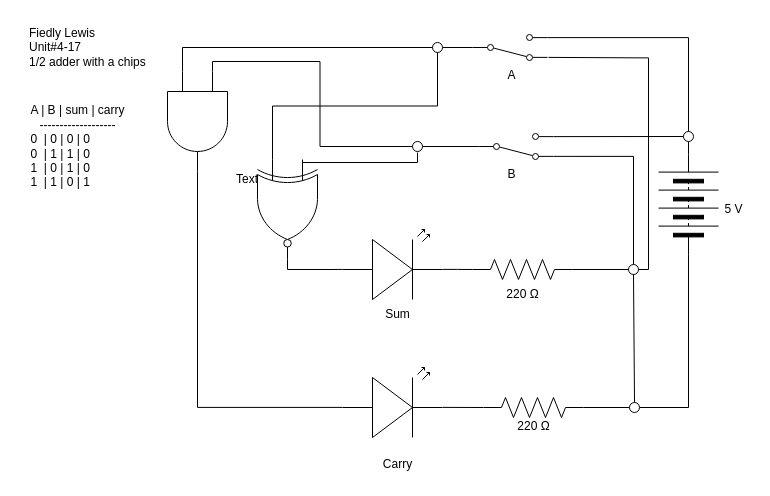
This is TEJ3M-Unit4/TEJ3M-Unit4-16.drawio from Emmanuel-Fofeyin/TEJ3M-Unit4, a draw.io file, before an edit. Source tidied: cells renumbered, new cells numbered last; positions are measured from the earlier drawing's top-left corner, leaving out a move shared by most shapes. Both pictures are drawn from the tidied source at 100%, with x=0, y=0 at pixel (17, 17).
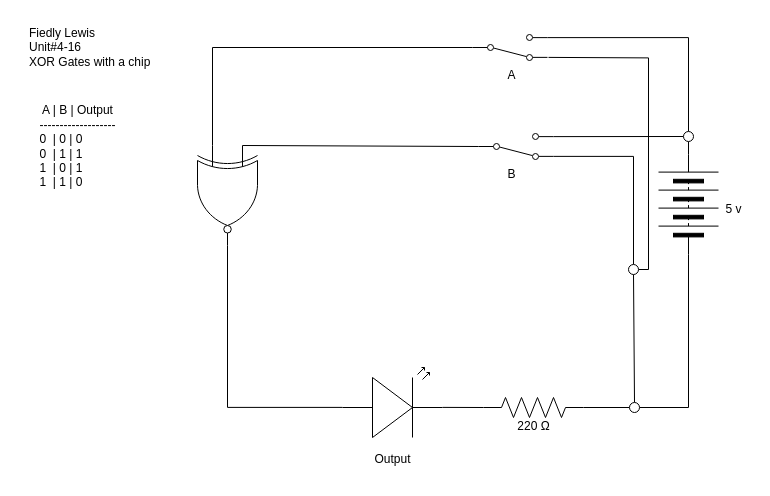
After the change.

Commit message (it also covers changes not shown here):
chances made

Unchanged cells that the change refers to:
```xml
<mxCell id="2" style="verticalLabelPosition=bottom;shadow=0;dashed=0;align=center;html=1;verticalAlign=top;shape=mxgraph.electrical.opto_electronics.led_2;" parent="1" vertex="1">
  <mxGeometry x="325" y="350" width="100" height="70" as="geometry" />
</mxCell>
<mxCell id="10" style="shape=mxgraph.electrical.electro-mechanical.twoWaySwitch;elSwitchState=2;flipV=1;" parent="1" vertex="1">
  <mxGeometry x="455" y="17" width="75" height="26" as="geometry" />
</mxCell>
<mxCell id="12" style="shape=mxgraph.electrical.electro-mechanical.twoWaySwitch;elSwitchState=2;flipV=1;" parent="1" vertex="1">
  <mxGeometry x="461" y="116" width="75" height="26" as="geometry" />
</mxCell>
<mxCell id="17" style="ellipse;whiteSpace=wrap;html=1;strokeColor=#000000;" parent="1" vertex="1">
  <mxGeometry x="611" y="247" width="10" height="10" as="geometry" />
</mxCell>
```

Change to the diagram source:
```diff
@@
-    <mxCell id="18" value="5 V" style="text;html=1;align=center;verticalAlign=middle;strokeColor=none;fillColor=none;" parent="1" vertex="1">
+    <mxCell id="18" value="5 v" style="text;html=1;align=center;verticalAlign=middle;strokeColor=none;fillColor=none;" parent="1" vertex="1">
       <mxGeometry x="696" y="177" width="40" height="30" as="geometry" />
     </mxCell>
+    <mxCell id="45" value="Output" style="text;html=1;align=center;verticalAlign=middle;strokeColor=none;fillColor=none;" parent="1" vertex="1">
+      <mxGeometry x="345" y="427" width="60" height="30" as="geometry" />
+    </mxCell>
@@
-    <mxCell id="23" value="Fiedly Lewis&lt;br&gt;Unit#4-17&lt;br&gt;1/2 adder with a chips" style="text;html=1;align=left;verticalAlign=middle;strokeColor=none;fillColor=none;" parent="1" vertex="1">
-      <mxGeometry x="10" width="140" height="60" as="geometry" />
+    <mxCell id="23" value="Fiedly Lewis&lt;br&gt;Unit#4-16&lt;br&gt;XOR Gates with a chip" style="text;html=1;align=left;verticalAlign=middle;strokeColor=none;fillColor=none;" parent="1" vertex="1">
+      <mxGeometry x="10" width="150" height="60" as="geometry" />
     </mxCell>
-    <mxCell id="24" value="A | B | sum | carry&lt;br&gt;-------------------&lt;br&gt;&lt;div style=&quot;text-align: left;&quot;&gt;0&amp;nbsp; | 0 | 0 | 0&lt;/div&gt;&lt;div style=&quot;text-align: left;&quot;&gt;0&amp;nbsp; | 1 | 1 | 0&lt;/div&gt;&lt;div style=&quot;text-align: left;&quot;&gt;1&amp;nbsp; | 0 | 1 | 0&lt;/div&gt;&lt;div style=&quot;text-align: left;&quot;&gt;1&amp;nbsp; | 1 | 0 | 1&lt;/div&gt;" style="text;html=1;align=center;verticalAlign=middle;strokeColor=none;fillColor=none;" parent="1" vertex="1">
-      <mxGeometry y="79" width="120" height="100" as="geometry" />
+    <mxCell id="24" value="A | B | Output&lt;br&gt;-------------------&lt;br&gt;&lt;div style=&quot;text-align: left;&quot;&gt;0&amp;nbsp; | 0 | 0&lt;/div&gt;&lt;div style=&quot;text-align: left;&quot;&gt;0&amp;nbsp; | 1 | 1&lt;/div&gt;&lt;div style=&quot;text-align: left;&quot;&gt;1&amp;nbsp; | 0 | 1&lt;/div&gt;&lt;div style=&quot;text-align: left;&quot;&gt;1&amp;nbsp; | 1 | 0&lt;/div&gt;" style="text;html=1;align=center;verticalAlign=middle;strokeColor=none;fillColor=none;" parent="1" vertex="1">
+      <mxGeometry x="10" y="79" width="100" height="100" as="geometry" />
     </mxCell>
-    <mxCell id="25" style="edgeStyle=orthogonalEdgeStyle;html=1;exitX=1;exitY=0.5;exitDx=0;exitDy=0;exitPerimeter=0;entryX=0;entryY=0.57;entryDx=0;entryDy=0;entryPerimeter=0;endArrow=none;endFill=0;rounded=0;" parent="1" edge="1" source="28" target="30">
-      <mxGeometry relative="1" as="geometry" />
-    </mxCell>
-    <mxCell id="26" style="edgeStyle=orthogonalEdgeStyle;rounded=0;html=1;exitX=0;exitY=0.75;exitDx=0;exitDy=0;exitPerimeter=0;entryX=0.5;entryY=1;entryDx=0;entryDy=0;endArrow=none;endFill=0;" parent="1" edge="1" source="28" target="34">
-      <mxGeometry relative="1" as="geometry" />
-    </mxCell>
-    <mxCell id="27" style="edgeStyle=orthogonalEdgeStyle;rounded=0;html=1;exitX=0;exitY=0.25;exitDx=0;exitDy=0;exitPerimeter=0;entryX=0.5;entryY=1;entryDx=0;entryDy=0;endArrow=none;endFill=0;" parent="1" edge="1">
-      <mxGeometry relative="1" as="geometry">
-        <mxPoint x="285" y="143" as="sourcePoint" />
-        <mxPoint x="400" y="135" as="targetPoint" />
-        <Array as="points">
-          <mxPoint x="285" y="145" />
-          <mxPoint x="400" y="145" />
-        </Array>
-      </mxGeometry>
-    </mxCell>
+    <mxCell id="46" style="edgeStyle=none;html=1;exitX=0;exitY=0.25;exitDx=0;exitDy=0;exitPerimeter=0;entryX=0;entryY=0.5;entryDx=0;entryDy=0;endArrow=none;endFill=0;" parent="1" edge="1" source="28" target="12">
+      <mxGeometry relative="1" as="geometry" />
+    </mxCell>
+    <mxCell id="47" style="edgeStyle=orthogonalEdgeStyle;html=1;exitX=0;exitY=0.75;exitDx=0;exitDy=0;exitPerimeter=0;entryX=0;entryY=0.5;entryDx=0;entryDy=0;endArrow=none;endFill=0;rounded=0;" parent="1" edge="1" source="28" target="10">
+      <mxGeometry relative="1" as="geometry" />
+    </mxCell>
+    <mxCell id="48" style="edgeStyle=orthogonalEdgeStyle;rounded=0;html=1;exitX=1;exitY=0.5;exitDx=0;exitDy=0;exitPerimeter=0;entryX=0;entryY=0.57;entryDx=0;entryDy=0;entryPerimeter=0;endArrow=none;endFill=0;" parent="1" edge="1" source="28" target="2">
+      <mxGeometry relative="1" as="geometry" />
+    </mxCell>
     <mxCell id="28" style="verticalLabelPosition=bottom;shadow=0;dashed=0;align=center;html=1;verticalAlign=top;shape=mxgraph.electrical.logic_gates.logic_gate;operation=xor;negating=1;negSize=0.15;rotation=90;" parent="1" vertex="1">
-      <mxGeometry x="220" y="162" width="100" height="60" as="geometry" />
+      <mxGeometry x="160" y="148" width="100" height="60" as="geometry" />
     </mxCell>
-    <mxCell id="29" style="edgeStyle=orthogonalEdgeStyle;rounded=0;html=1;exitX=1;exitY=0.57;exitDx=0;exitDy=0;exitPerimeter=0;entryX=0;entryY=0.5;entryDx=0;entryDy=0;entryPerimeter=0;endArrow=none;endFill=0;" parent="1" edge="1" source="30" target="32">
-      <mxGeometry relative="1" as="geometry" />
-    </mxCell>
-    <mxCell id="30" style="verticalLabelPosition=bottom;shadow=0;dashed=0;align=center;html=1;verticalAlign=top;shape=mxgraph.electrical.opto_electronics.led_2;" parent="1" vertex="1">
-      <mxGeometry x="325" y="212" width="100" height="70" as="geometry" />
-    </mxCell>
-    <mxCell id="31" style="edgeStyle=orthogonalEdgeStyle;rounded=0;html=1;exitX=1;exitY=0.5;exitDx=0;exitDy=0;exitPerimeter=0;entryX=0;entryY=0.5;entryDx=0;entryDy=0;endArrow=none;endFill=0;" parent="1" edge="1" source="32" target="17">
-      <mxGeometry relative="1" as="geometry" />
-    </mxCell>
-    <mxCell id="32" style="verticalLabelPosition=bottom;shadow=0;dashed=0;align=center;html=1;verticalAlign=top;shape=mxgraph.electrical.resistors.resistor_2;" parent="1" vertex="1">
-      <mxGeometry x="455" y="242" width="100" height="20" as="geometry" />
-    </mxCell>
-    <mxCell id="33" style="edgeStyle=orthogonalEdgeStyle;rounded=0;html=1;exitX=1;exitY=0.5;exitDx=0;exitDy=0;entryX=0;entryY=0.5;entryDx=0;entryDy=0;endArrow=none;endFill=0;" parent="1" edge="1" source="34" target="10">
-      <mxGeometry relative="1" as="geometry" />
-    </mxCell>
-    <mxCell id="34" style="ellipse;whiteSpace=wrap;html=1;strokeColor=#000000;" parent="1" vertex="1">
-      <mxGeometry x="415" y="25" width="10" height="10" as="geometry" />
-    </mxCell>
-    <mxCell id="35" style="edgeStyle=orthogonalEdgeStyle;rounded=0;html=1;exitX=1;exitY=0.5;exitDx=0;exitDy=0;exitPerimeter=0;entryX=0;entryY=0.57;entryDx=0;entryDy=0;entryPerimeter=0;endArrow=none;endFill=0;" parent="1" edge="1" source="38" target="2">
-      <mxGeometry relative="1" as="geometry" />
-    </mxCell>
-    <mxCell id="36" style="edgeStyle=orthogonalEdgeStyle;rounded=0;html=1;exitX=0;exitY=0.75;exitDx=0;exitDy=0;exitPerimeter=0;entryX=0;entryY=0.5;entryDx=0;entryDy=0;endArrow=none;endFill=0;" parent="1" edge="1" source="38" target="34">
-      <mxGeometry relative="1" as="geometry" />
-    </mxCell>
-    <mxCell id="37" style="edgeStyle=orthogonalEdgeStyle;rounded=0;html=1;exitX=0;exitY=0.25;exitDx=0;exitDy=0;exitPerimeter=0;entryX=0;entryY=0.5;entryDx=0;entryDy=0;endArrow=none;endFill=0;" parent="1" edge="1" source="38" target="40">
-      <mxGeometry relative="1" as="geometry" />
-    </mxCell>
-    <mxCell id="38" style="verticalLabelPosition=bottom;shadow=0;dashed=0;align=center;html=1;verticalAlign=top;shape=mxgraph.electrical.logic_gates.logic_gate;operation=and;rotation=90;" parent="1" vertex="1">
-      <mxGeometry x="130" y="74" width="100" height="60" as="geometry" />
-    </mxCell>
-    <mxCell id="39" style="edgeStyle=orthogonalEdgeStyle;rounded=0;html=1;exitX=1;exitY=0.5;exitDx=0;exitDy=0;entryX=0;entryY=0.5;entryDx=0;entryDy=0;endArrow=none;endFill=0;" parent="1" edge="1" source="40" target="12">
-      <mxGeometry relative="1" as="geometry" />
-    </mxCell>
-    <mxCell id="40" style="ellipse;whiteSpace=wrap;html=1;strokeColor=#000000;" parent="1" vertex="1">
-      <mxGeometry x="395" y="124" width="10" height="10" as="geometry" />
-    </mxCell>
-    <mxCell id="41" value="Sum" style="text;html=1;align=center;verticalAlign=middle;strokeColor=none;fillColor=none;" parent="1" vertex="1">
-      <mxGeometry x="355" y="282" width="50" height="30" as="geometry" />
-    </mxCell>
-    <mxCell id="42" value="Carry" style="text;html=1;align=center;verticalAlign=middle;strokeColor=none;fillColor=none;" parent="1" vertex="1">
-      <mxGeometry x="355" y="432" width="50" height="30" as="geometry" />
-    </mxCell>
-    <mxCell id="43" value="220 Ω" style="text;html=1;align=center;verticalAlign=middle;strokeColor=none;fillColor=none;" parent="1" vertex="1">
-      <mxGeometry x="475" y="262" width="60" height="30" as="geometry" />
-    </mxCell>
-    <mxCell id="44" value="Text" style="text;strokeColor=none;align=center;fillColor=none;html=1;verticalAlign=middle;whiteSpace=wrap;rounded=0;" parent="1" vertex="1">
-      <mxGeometry x="200" y="147" width="60" height="30" as="geometry" />
-    </mxCell>
```
